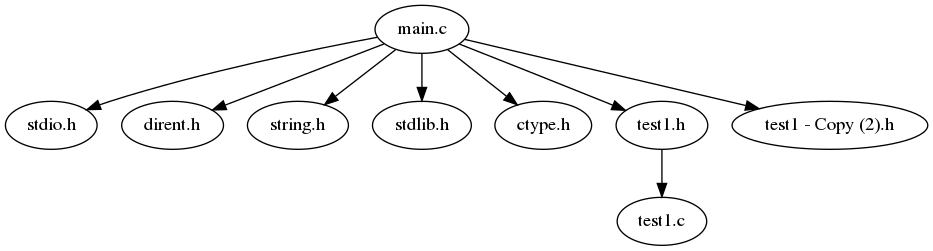
This is main.png from davdav79/ba_makefile_gen, a Graphviz export, as it was before one commit. Its source is kept beside it as main.dot. Its diagram source:
```dot
digraph {
	"main.c" -> "stdio.h";
	"main.c" -> "dirent.h";
	"main.c" -> "string.h";
	"main.c" -> "stdlib.h";
	"main.c" -> "ctype.h";
	"test1.h" -> "test1.c";
	"main.c" -> "test1.h";
	"main.c" -> "test1 - Copy (2).h";
}
```
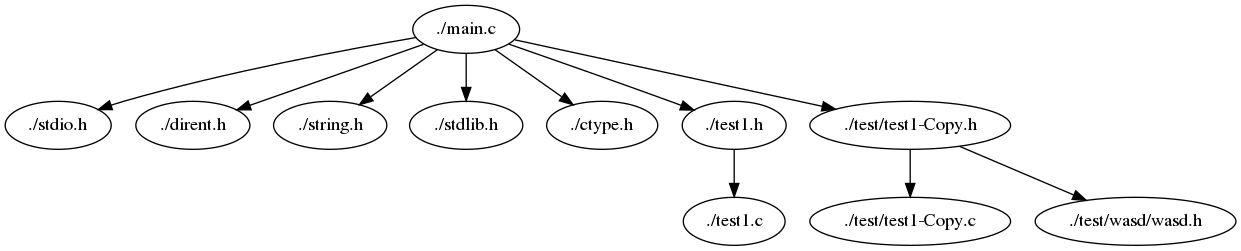
After the commit.

Change to the diagram source:
```diff
@@ -1,10 +1,12 @@
 digraph {
-	"main.c" -> "stdio.h";
-	"main.c" -> "dirent.h";
-	"main.c" -> "string.h";
-	"main.c" -> "stdlib.h";
-	"main.c" -> "ctype.h";
-	"test1.h" -> "test1.c";
-	"main.c" -> "test1.h";
-	"main.c" -> "test1 - Copy (2).h";
+	"./main.c" -> "./stdio.h";
+	"./main.c" -> "./dirent.h";
+	"./main.c" -> "./string.h";
+	"./main.c" -> "./stdlib.h";
+	"./main.c" -> "./ctype.h";
+	"./test1.h" -> "./test1.c";
+	"./main.c" -> "./test1.h";
+	"./test/test1-Copy.h" -> "./test/test1-Copy.c";
+	"./test/test1-Copy.h" -> "./test/wasd/wasd.h";
+	"./main.c" -> "./test/test1-Copy.h";
 }
```
